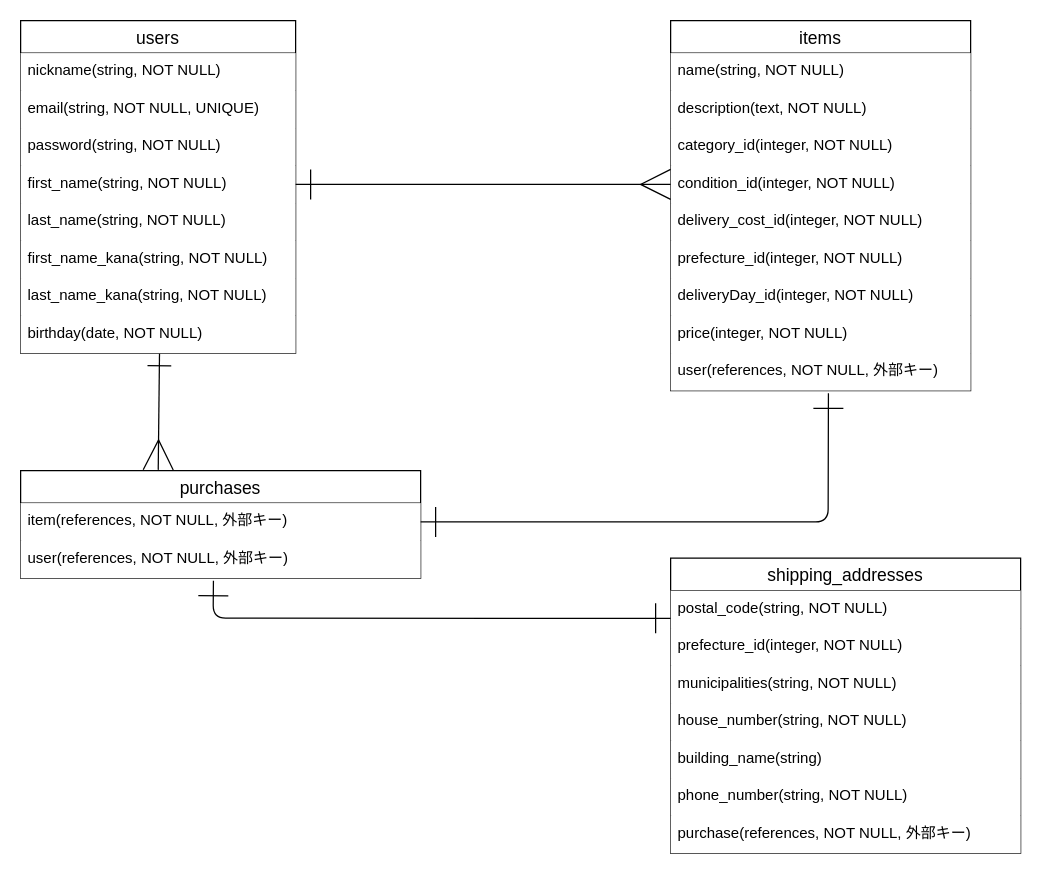
The draw.io diagram ER-furima.dio in iguanakun/furima-39961, before the edit. Source tidied: cells renumbered, new cells numbered last; positions are measured from the earlier drawing's top-left corner, leaving out a move shared by most shapes. Both pictures are drawn from the tidied source at 125%, with x=0, y=0 at pixel (20, 20).
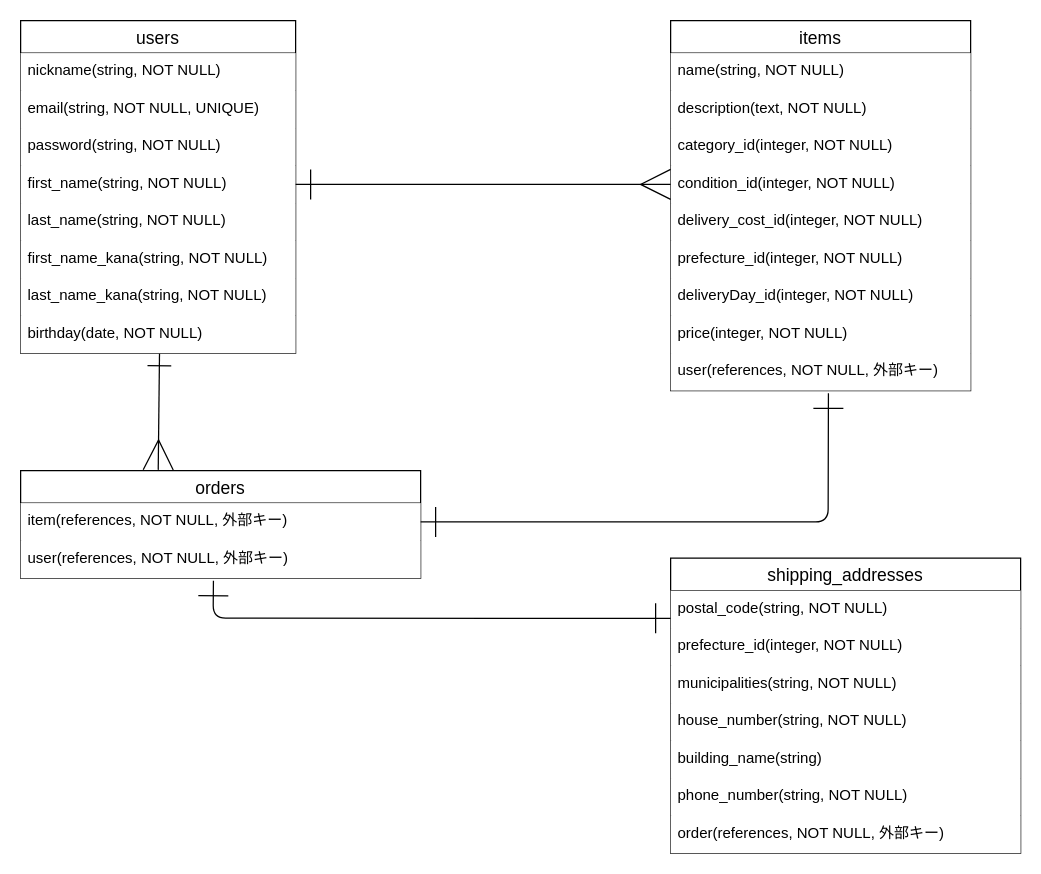
The same diagram, later.

Commit message (it also covers changes not shown here):
テーブル名修正

The change refers to these unchanged cells:
```xml
<mxCell id="24" value="shipping_addresses" style="swimlane;fontStyle=0;horizontal=1;startSize=26;align=center;fontSize=14;" parent="1" vertex="1">
  <mxGeometry x="520" y="430" width="280" height="236" as="geometry" />
</mxCell>
```

What changed in the source:
```diff
@@
-    <mxCell id="21" value="purchases" style="swimlane;fontStyle=0;horizontal=1;startSize=26;align=center;fontSize=14;" parent="1" vertex="1">
+    <mxCell id="21" value="orders" style="swimlane;fontStyle=0;horizontal=1;startSize=26;align=center;fontSize=14;" parent="1" vertex="1">
       <mxGeometry y="360" width="320" height="86" as="geometry" />
     </mxCell>
@@
-    <mxCell id="31" value="purchase(references, NOT NULL, 外部キー)" style="text;strokeColor=none;fillColor=default;spacingLeft=4;spacingRight=4;overflow=hidden;fontSize=12;" parent="24" vertex="1">
+    <mxCell id="31" value="order(references, NOT NULL, 外部キー)" style="text;strokeColor=none;fillColor=default;spacingLeft=4;spacingRight=4;overflow=hidden;fontSize=12;" parent="24" vertex="1">
       <mxGeometry y="206" width="280" height="30" as="geometry" />
     </mxCell>
```
